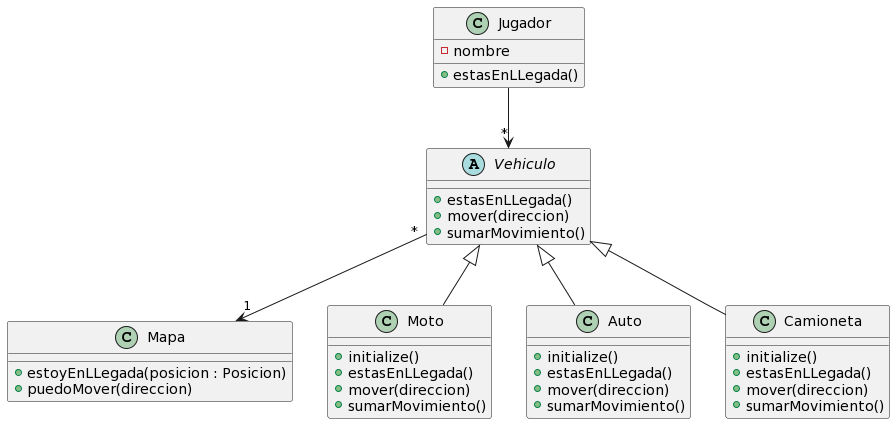
Earlier version of the PlantUML export diagrams/classes/dcl.png (ianmku/algo3_tp2).
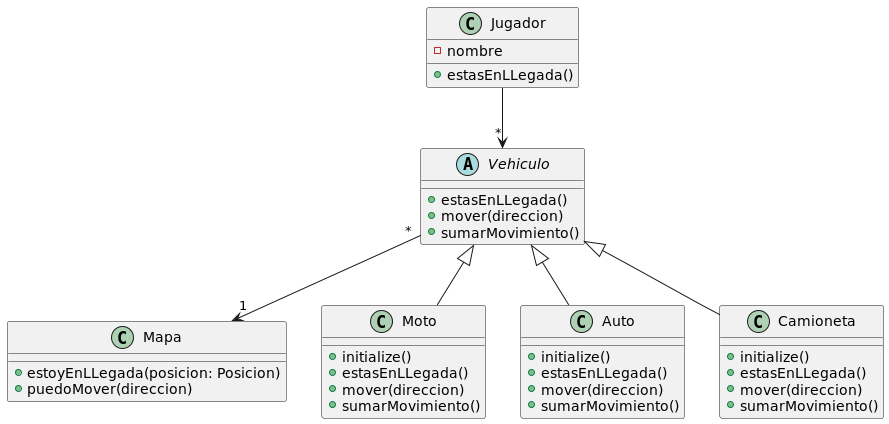
Later version of the same file.

Diff of the diagram source:
```diff
@@ -11,7 +11,7 @@
 }
 
 class Mapa {
-        +estoyEnLLegada(posicion : Posicion)
+        +estoyEnLLegada(posicion: Posicion)
         +puedoMover(direccion)
 }
 
@@ -41,4 +41,5 @@
 Vehiculo <|-- Camioneta
 Jugador --> "*" Vehiculo
 Vehiculo "*" --> "1" Mapa
+
 @enduml
```
